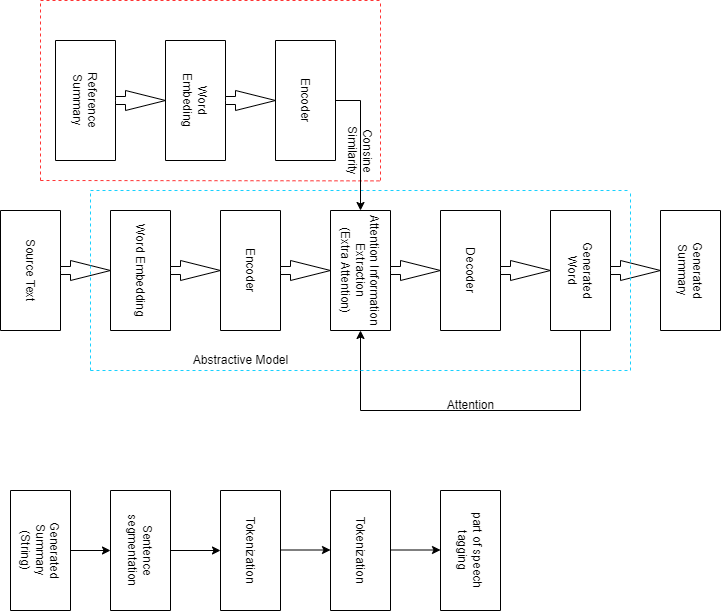
Before: abstractive.drawio.png, a diagram exported from draw.io (thesourabhk/finalYearProject). Source tidied: cells renumbered, new cells last; positions are measured from the earlier drawing's top-left corner, leaving out a move shared by most shapes.
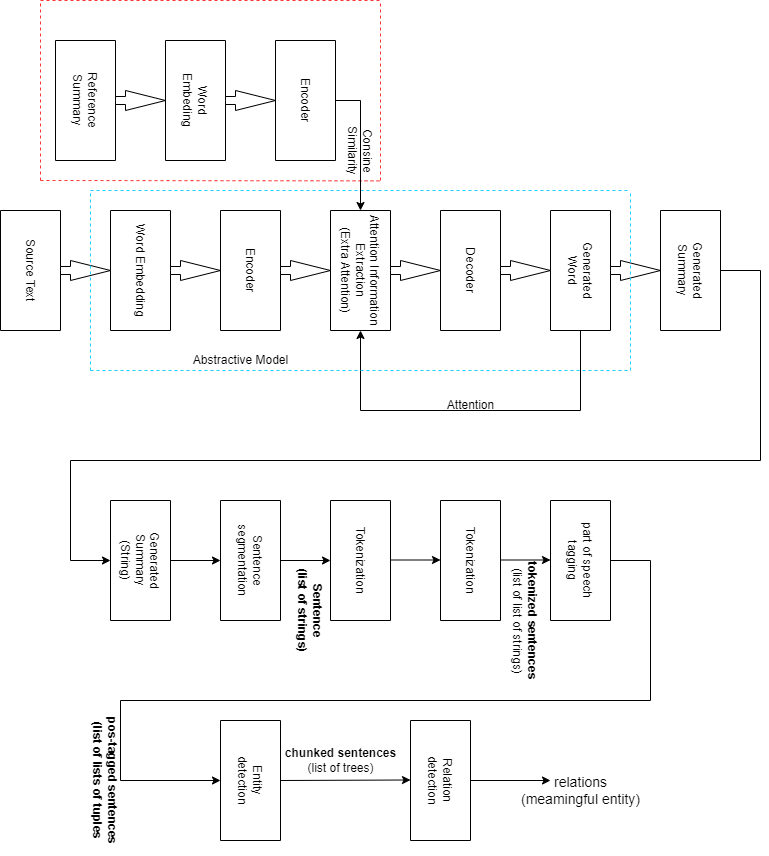
The same diagram one commit later.

What changed in the source:
```diff
@@ -38,6 +38,16 @@
     <mxCell id="13" style="html=1;shadow=0;dashed=0;align=center;verticalAlign=middle;shape=mxgraph.arrows2.arrow;dy=0.6;dx=40;notch=0;" parent="1" vertex="1">
       <mxGeometry x="640" y="260" width="50" height="20" as="geometry" />
     </mxCell>
+    <mxCell id="43" style="edgeStyle=orthogonalEdgeStyle;rounded=0;jettySize=auto;html=1;strokeColor=#000000;entryX=0.5;entryY=1;entryDx=0;entryDy=0;" parent="1" edge="1" source="14" target="34">
+      <mxGeometry relative="1" as="geometry">
+        <Array as="points">
+          <mxPoint x="790" y="270" />
+          <mxPoint x="790" y="460" />
+          <mxPoint x="100" y="460" />
+          <mxPoint x="100" y="560" />
+        </Array>
+      </mxGeometry>
+    </mxCell>
     <mxCell id="14" value="Generated&lt;br&gt;Summary" style="rounded=0;whiteSpace=wrap;html=1;rotation=90;" parent="1" vertex="1">
       <mxGeometry x="660" y="240" width="120" height="60" as="geometry" />
     </mxCell>
@@ -133,19 +143,29 @@
       <mxGeometry x="355" y="130" width="70" height="40" as="geometry" />
     </mxCell>
     <mxCell id="34" value="Generated&lt;br&gt;Summary&lt;br&gt;(String)" style="rounded=0;whiteSpace=wrap;html=1;rotation=90;" parent="1" vertex="1">
-      <mxGeometry x="10" y="520" width="120" height="60" as="geometry" />
+      <mxGeometry x="110" y="530" width="120" height="60" as="geometry" />
     </mxCell>
     <mxCell id="35" value="Sentence&lt;br&gt;segmentation" style="rounded=0;whiteSpace=wrap;html=1;rotation=90;" parent="1" vertex="1">
-      <mxGeometry x="110" y="520" width="120" height="60" as="geometry" />
+      <mxGeometry x="220" y="530" width="120" height="60" as="geometry" />
     </mxCell>
     <mxCell id="36" value="Tokenization" style="rounded=0;whiteSpace=wrap;html=1;rotation=90;" parent="1" vertex="1">
-      <mxGeometry x="220" y="520" width="120" height="60" as="geometry" />
+      <mxGeometry x="330" y="530" width="120" height="60" as="geometry" />
     </mxCell>
     <mxCell id="37" value="Tokenization" style="rounded=0;whiteSpace=wrap;html=1;rotation=90;" parent="1" vertex="1">
-      <mxGeometry x="330" y="520" width="120" height="60" as="geometry" />
+      <mxGeometry x="440" y="530" width="120" height="60" as="geometry" />
     </mxCell>
+    <mxCell id="44" style="edgeStyle=orthogonalEdgeStyle;rounded=0;jettySize=auto;html=1;strokeColor=#000000;entryX=0.5;entryY=1;entryDx=0;entryDy=0;" parent="1" edge="1" source="38" target="45">
+      <mxGeometry relative="1" as="geometry">
+        <Array as="points">
+          <mxPoint x="680" y="560" />
+          <mxPoint x="680" y="700" />
+          <mxPoint x="150" y="700" />
+          <mxPoint x="150" y="780" />
+        </Array>
+      </mxGeometry>
+    </mxCell>
     <mxCell id="38" value="part of speech&lt;br&gt;tagging" style="rounded=0;whiteSpace=wrap;html=1;rotation=90;" parent="1" vertex="1">
-      <mxGeometry x="440" y="520" width="120" height="60" as="geometry" />
+      <mxGeometry x="550" y="530" width="120" height="60" as="geometry" />
     </mxCell>
     <mxCell id="39" style="endArrow=classic;html=1;rounded=0;strokeColor=#000000;exitX=0.5;exitY=0;exitDx=0;exitDy=0;entryX=0.5;entryY=1;entryDx=0;entryDy=0;" parent="1" edge="1" source="34" target="35">
       <mxGeometry relative="1" as="geometry" />
@@ -155,15 +175,46 @@
     </mxCell>
     <mxCell id="41" style="endArrow=classic;html=1;rounded=0;strokeColor=#000000;entryX=0.5;entryY=1;entryDx=0;entryDy=0;exitX=0.5;exitY=0;exitDx=0;exitDy=0;" parent="1" edge="1">
       <mxGeometry relative="1" as="geometry">
-        <mxPoint x="310" y="549.5" as="sourcePoint" />
-        <mxPoint x="360" y="549.5" as="targetPoint" />
+        <mxPoint x="420" y="559.5" as="sourcePoint" />
+        <mxPoint x="470" y="559.5" as="targetPoint" />
       </mxGeometry>
     </mxCell>
     <mxCell id="42" style="endArrow=classic;html=1;rounded=0;strokeColor=#000000;entryX=0.5;entryY=1;entryDx=0;entryDy=0;exitX=0.5;exitY=0;exitDx=0;exitDy=0;" parent="1" edge="1">
       <mxGeometry relative="1" as="geometry">
-        <mxPoint x="420" y="549.5" as="sourcePoint" />
-        <mxPoint x="470" y="549.5" as="targetPoint" />
+        <mxPoint x="530" y="559.5" as="sourcePoint" />
+        <mxPoint x="580" y="559.5" as="targetPoint" />
       </mxGeometry>
     </mxCell>
+    <mxCell id="45" value="Entity&lt;br&gt;detection" style="rounded=0;whiteSpace=wrap;html=1;rotation=90;" parent="1" vertex="1">
+      <mxGeometry x="220" y="750" width="120" height="60" as="geometry" />
+    </mxCell>
+    <mxCell id="46" value="&lt;b&gt;Sentence&lt;br&gt;(list of strings)&lt;/b&gt;" style="text;html=1;align=center;verticalAlign=middle;strokeColor=none;fillColor=none;rotation=90;" parent="1" vertex="1">
+      <mxGeometry x="285" y="590" width="110" height="40" as="geometry" />
+    </mxCell>
+    <mxCell id="47" style="edgeStyle=orthogonalEdgeStyle;rounded=0;jettySize=auto;html=1;strokeColor=#000000;" parent="1" edge="1" source="48">
+      <mxGeometry relative="1" as="geometry">
+        <mxPoint x="580" y="780" as="targetPoint" />
+      </mxGeometry>
+    </mxCell>
+    <mxCell id="48" value="Relation&lt;br&gt;detection" style="rounded=0;whiteSpace=wrap;html=1;rotation=90;" parent="1" vertex="1">
+      <mxGeometry x="410" y="750" width="120" height="60" as="geometry" />
+    </mxCell>
+    <mxCell id="49" value="&lt;b&gt;tokenized sentences&lt;br&gt;&lt;/b&gt;(list of list of strings)" style="text;html=1;align=center;verticalAlign=middle;strokeColor=none;fillColor=none;rotation=90;" parent="1" vertex="1">
+      <mxGeometry x="485" y="600" width="140" height="40" as="geometry" />
+    </mxCell>
+    <mxCell id="50" style="endArrow=classic;html=1;rounded=0;strokeColor=#000000;exitX=0.5;exitY=0;exitDx=0;exitDy=0;entryX=0.5;entryY=1;entryDx=0;entryDy=0;" parent="1" edge="1" source="45">
+      <mxGeometry relative="1" as="geometry">
+        <mxPoint x="440" y="779.5" as="targetPoint" />
+      </mxGeometry>
+    </mxCell>
+    <mxCell id="51" value="&lt;b&gt;pos-tagged sentences&lt;br&gt;(list of lists of tuples&lt;/b&gt;" style="text;html=1;align=center;verticalAlign=middle;strokeColor=none;fillColor=none;rotation=90;" parent="1" vertex="1">
+      <mxGeometry x="60" y="760" width="150" height="40" as="geometry" />
+    </mxCell>
+    <mxCell id="52" value="&lt;b&gt;chunked sentences&lt;br&gt;&lt;/b&gt;(list of trees)" style="text;html=1;align=center;verticalAlign=middle;strokeColor=none;fillColor=none;rotation=0;" parent="1" vertex="1">
+      <mxGeometry x="305" y="740" width="130" height="40" as="geometry" />
+    </mxCell>
+    <mxCell id="53" value="&lt;font style=&quot;font-size: 14px;&quot;&gt;relations&lt;br&gt;(meamingful entity)&lt;/font&gt;" style="text;html=1;align=center;verticalAlign=middle;strokeColor=none;fillColor=none;" parent="1" vertex="1">
+      <mxGeometry x="540" y="765" width="140" height="50" as="geometry" />
+    </mxCell>
   </root>
 </mxGraphModel>
```
